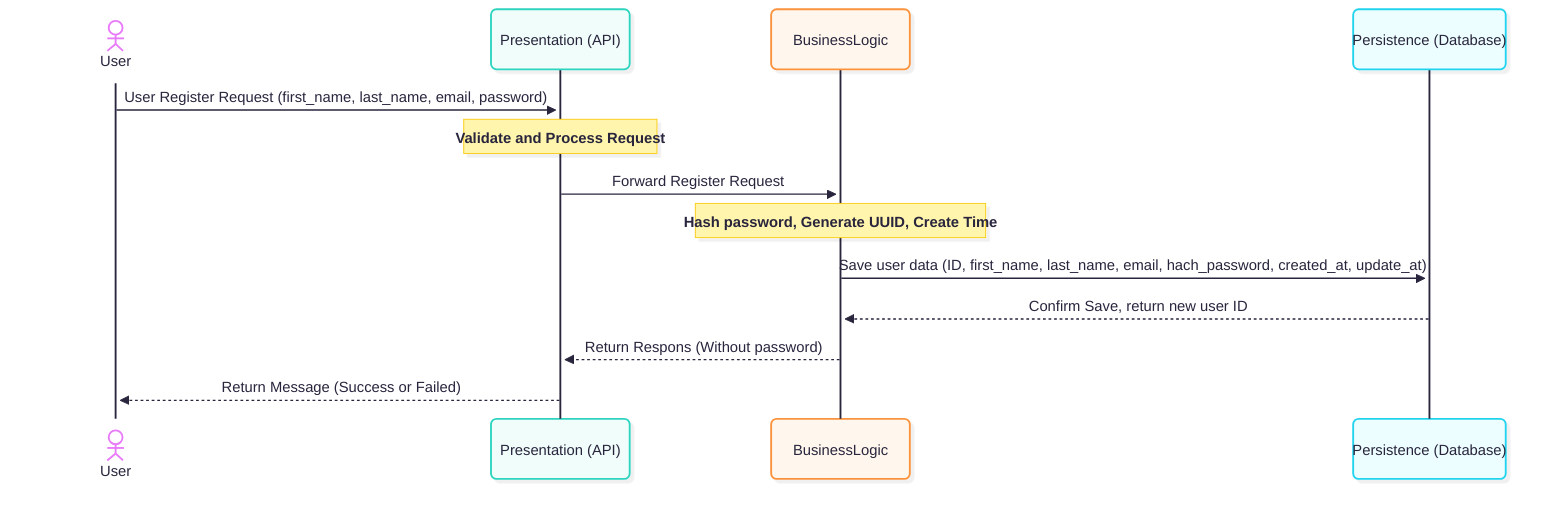
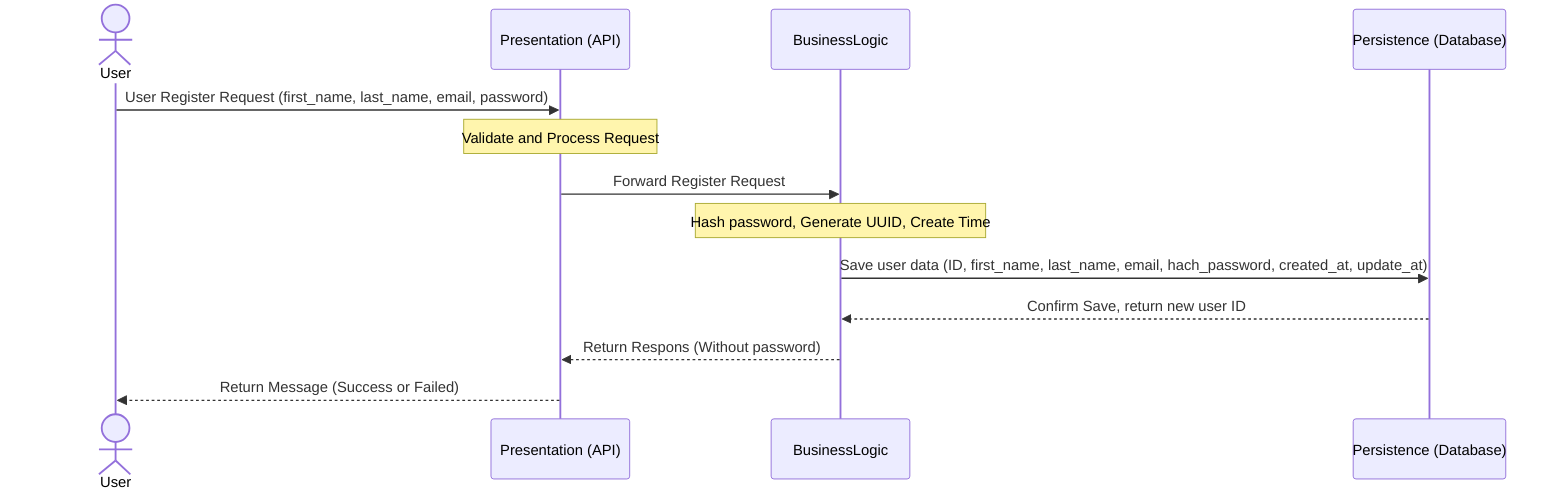
```mermaid
- ---
- config:
-   layout: dagre
-   theme: redux-color
-   look: neo
- ---
sequenceDiagram
  actor A1 as User
  participant API as Presentation (API)
  participant BusinessLogic
  participant Persistence as Persistence (Database)


A1 ->> API: User Register Request (first_name, last_name, email, password)
Note over API: Validate and Process Request
API ->> BusinessLogic: Forward Register Request
Note over BusinessLogic: Hash password, Generate UUID, Create Time
BusinessLogic ->> Persistence: Save user data (ID, first_name, last_name, email, hach_password, created_at, update_at)
Persistence -->> BusinessLogic: Confirm Save, return new user ID
BusinessLogic -->> API: Return Respons (Without password)
API -->> A1: Return Message (Success or Failed)
- ```+ ```
